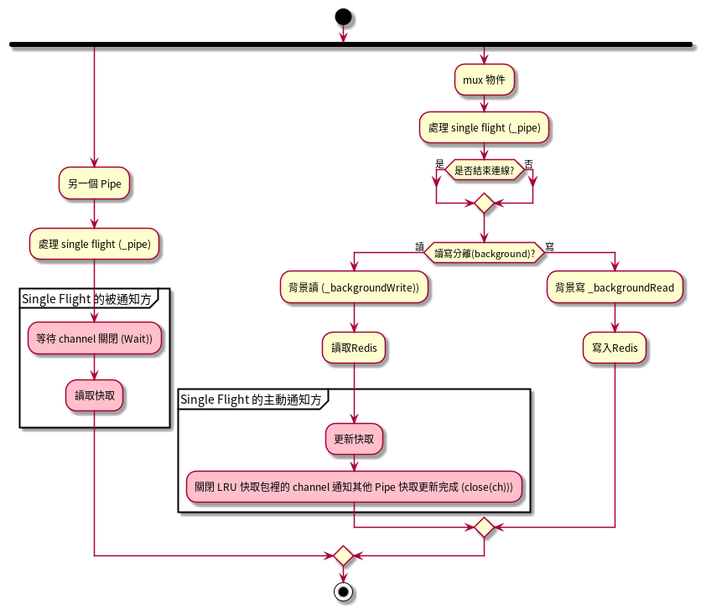
The PlantUML diagram 程式統一建模語言/singleFilght和LRU快取的活動圖.png in shadowp5ev76zi6/rueidis-learning, before a commit.
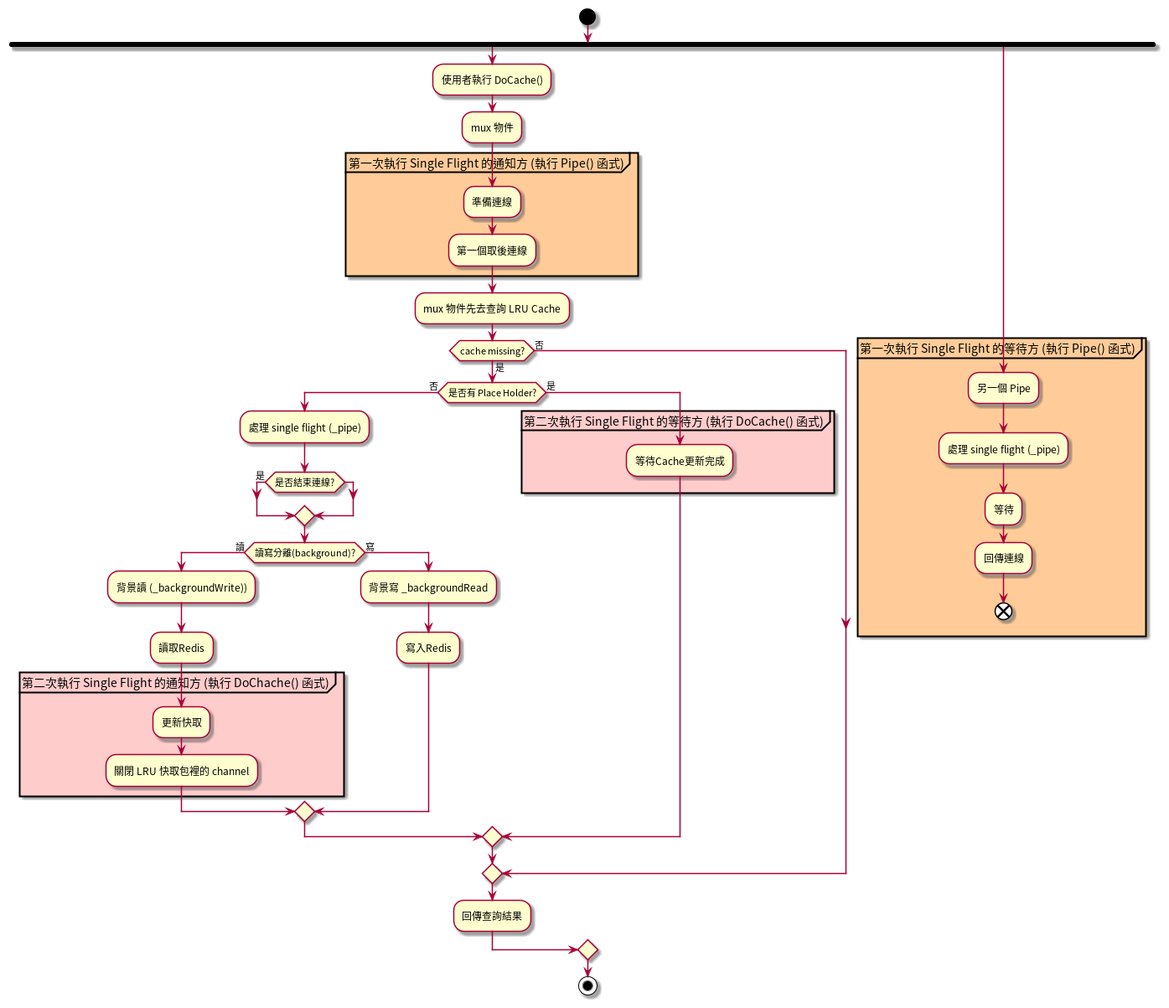
After the change.

Diff of the diagram source:
```diff
@@ -1,39 +1,46 @@
 @startuml
 
-
 start
-
 fork
-  :另一個 Pipe;
-  :處理 single flight (_pipe);
-partition "Single Flight 的被通知方" {
-  #Pink :等待 channel 關閉 (Wait));
-  #Pink :讀取快取;
+  :使用者執行 DoCache();
+  :mux 物件;
+partition "第一次執行 Single Flight 的通知方 (執行 Pipe() 函式)" #FFCC99 {
+  :準備連線;
+  :第一個取後連線;
 }
-
-fork again
-
-:mux 物件;
-
+  :mux 物件先去查詢 LRU Cache;
+if (cache missing?) then (是)
+if (是否有 Place Holder?) then (否)
 :處理 single flight (_pipe);
-
 if (是否結束連線?) then (是)
-else (否)
 endif
 if (讀寫分離(background)?) then (讀)
   :背景讀 (_backgroundWrite));
   :讀取Redis;
-partition "Single Flight 的主動通知方" {
-  #Pink :更新快取;
-  #Pink :關閉 LRU 快取包裡的 channel 通知其他 Pipe 快取更新完成 (close(ch)));
+partition "第二次執行 Single Flight 的通知方 (執行 DoChache() 函式)" #FFCCCC {
+  :更新快取;
+  :關閉 LRU 快取包裡的 channel;
 }
 else (寫)
   :背景寫 _backgroundRead;
   :寫入Redis;
 endif
-
+else (是)
+partition "第二次執行 Single Flight 的等待方 (執行 DoCache() 函式)" #FFCCCC {
+  :等待Cache更新完成;
+}
+endif
+else (否)
+endif
+  :回傳查詢結果;
+fork again
+partition "第一次執行 Single Flight 的等待方 (執行 Pipe() 函式)" #FFCC99 {
+  :另一個 Pipe;
+  :處理 single flight (_pipe);
+  :等待;
+  :回傳連線;
+  end
+}
 end merge
-
 stop
-
 @enduml
```
